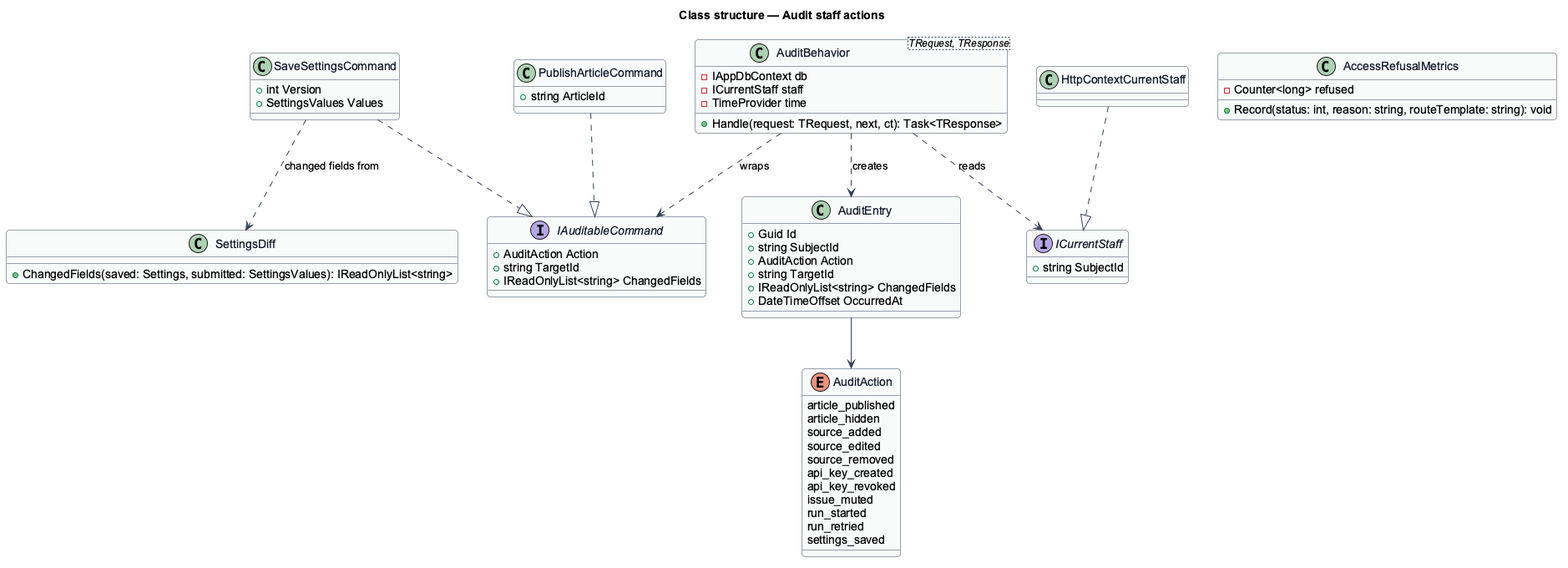
QuinntyneBrown/keryx keeps this PlantUML diagram as docs/detailed-designs/operations/audit-staff-actions/diagrams/class-structure.png. Above is the earlier version.
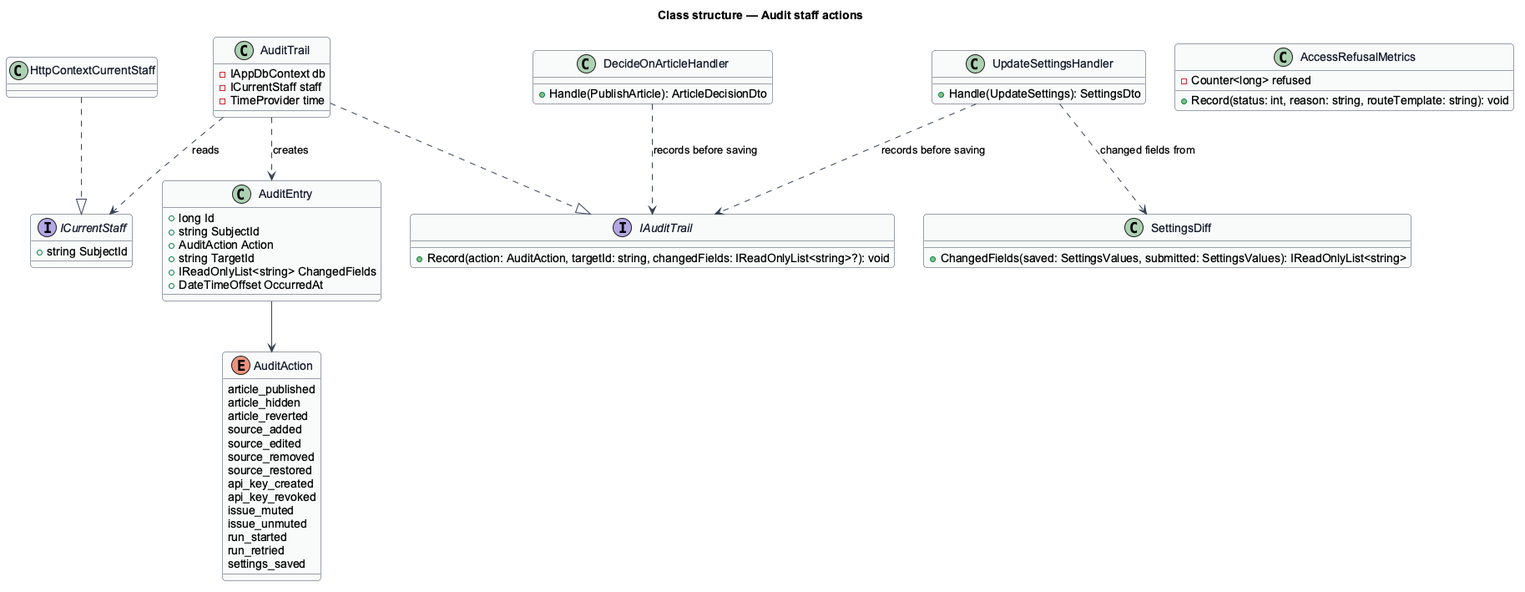
Later version of the same file.

Change to the diagram source:
```diff
@@ -11,30 +11,26 @@
 }
 title Class structure — Audit staff actions
 
-interface IAuditableCommand {
-  +AuditAction Action
-  +string TargetId
-  +IReadOnlyList<string> ChangedFields
+interface IAuditTrail {
+  +Record(action: AuditAction, targetId: string, changedFields: IReadOnlyList<string>?): void
 }
-class PublishArticleCommand {
-  +string ArticleId
-}
-class SaveSettingsCommand {
-  +int Version
-  +SettingsValues Values
-}
-class "AuditBehavior<TRequest, TResponse>" as AB {
+class AuditTrail {
   -IAppDbContext db
   -ICurrentStaff staff
   -TimeProvider time
-  +Handle(request: TRequest, next, ct): Task<TResponse>
+}
+class DecideOnArticleHandler {
+  +Handle(PublishArticle): ArticleDecisionDto
+}
+class UpdateSettingsHandler {
+  +Handle(UpdateSettings): SettingsDto
 }
 interface ICurrentStaff {
   +string SubjectId
 }
 class HttpContextCurrentStaff
 class AuditEntry {
-  +Guid Id
+  +long Id
   +string SubjectId
   +AuditAction Action
   +string TargetId
@@ -44,30 +40,33 @@
 enum AuditAction {
   article_published
   article_hidden
+  article_reverted
   source_added
   source_edited
   source_removed
+  source_restored
   api_key_created
   api_key_revoked
   issue_muted
+  issue_unmuted
   run_started
   run_retried
   settings_saved
 }
 class SettingsDiff {
-  +ChangedFields(saved: Settings, submitted: SettingsValues): IReadOnlyList<string>
+  +ChangedFields(saved: SettingsValues, submitted: SettingsValues): IReadOnlyList<string>
 }
 class AccessRefusalMetrics {
   -Counter<long> refused
   +Record(status: int, reason: string, routeTemplate: string): void
 }
 
-PublishArticleCommand ..|> IAuditableCommand
-SaveSettingsCommand ..|> IAuditableCommand
-AB ..> IAuditableCommand : wraps
-AB ..> ICurrentStaff : reads
-AB ..> AuditEntry : creates
+AuditTrail ..|> IAuditTrail
+DecideOnArticleHandler ..> IAuditTrail : records before saving
+UpdateSettingsHandler ..> IAuditTrail : records before saving
+AuditTrail ..> ICurrentStaff : reads
+AuditTrail ..> AuditEntry : creates
 AuditEntry --> AuditAction
 HttpContextCurrentStaff ..|> ICurrentStaff
-SaveSettingsCommand ..> SettingsDiff : changed fields from
+UpdateSettingsHandler ..> SettingsDiff : changed fields from
 @enduml
```
